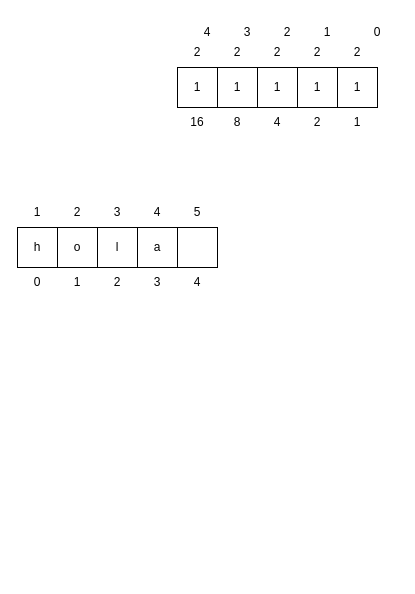
Above: page "Página-1" (1 of 2) of clase2/explicaciondrawio.drawio in richardsnake/python_datascience (draw.io), before the change. Source tidied: cells renumbered, new cells numbered last; positions are measured from the earlier drawing's top-left corner, leaving out a move shared by most shapes. Both pictures are drawn from the tidied source at 100%, with x=0, y=0 at pixel (17, 17).
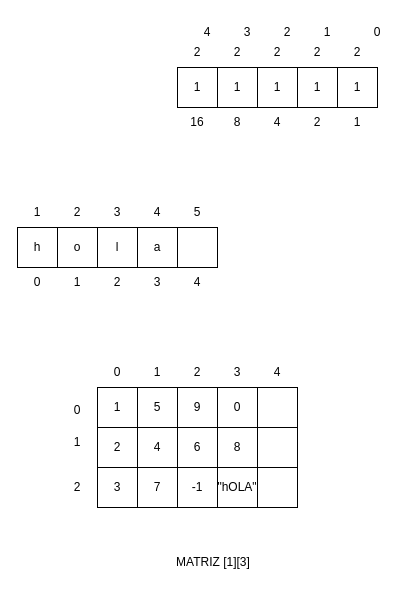
The same diagram, later.

Diff of the diagram source:
```diff
@@
+    <mxCell id="37" value="&amp;nbsp;" style="rounded=0;whiteSpace=wrap;html=1;" parent="1" vertex="1">
+      <mxGeometry x="240" y="370" width="40" height="40" as="geometry" />
+    </mxCell>
+    <mxCell id="38" value="0" style="rounded=0;whiteSpace=wrap;html=1;" parent="1" vertex="1">
+      <mxGeometry x="200" y="370" width="40" height="40" as="geometry" />
+    </mxCell>
+    <mxCell id="39" value="9" style="rounded=0;whiteSpace=wrap;html=1;" parent="1" vertex="1">
+      <mxGeometry x="160" y="370" width="40" height="40" as="geometry" />
+    </mxCell>
+    <mxCell id="40" value="5" style="rounded=0;whiteSpace=wrap;html=1;" parent="1" vertex="1">
+      <mxGeometry x="120" y="370" width="40" height="40" as="geometry" />
+    </mxCell>
+    <mxCell id="41" value="1" style="rounded=0;whiteSpace=wrap;html=1;" parent="1" vertex="1">
+      <mxGeometry x="80" y="370" width="40" height="40" as="geometry" />
+    </mxCell>
+    <mxCell id="42" value="&amp;nbsp;" style="rounded=0;whiteSpace=wrap;html=1;" parent="1" vertex="1">
+      <mxGeometry x="240" y="410" width="40" height="40" as="geometry" />
+    </mxCell>
+    <mxCell id="43" value="8" style="rounded=0;whiteSpace=wrap;html=1;" parent="1" vertex="1">
+      <mxGeometry x="200" y="410" width="40" height="40" as="geometry" />
+    </mxCell>
+    <mxCell id="44" value="6" style="rounded=0;whiteSpace=wrap;html=1;" parent="1" vertex="1">
+      <mxGeometry x="160" y="410" width="40" height="40" as="geometry" />
+    </mxCell>
+    <mxCell id="45" value="4" style="rounded=0;whiteSpace=wrap;html=1;" parent="1" vertex="1">
+      <mxGeometry x="120" y="410" width="40" height="40" as="geometry" />
+    </mxCell>
+    <mxCell id="46" value="2" style="rounded=0;whiteSpace=wrap;html=1;" parent="1" vertex="1">
+      <mxGeometry x="80" y="410" width="40" height="40" as="geometry" />
+    </mxCell>
+    <mxCell id="47" value="&amp;nbsp;" style="rounded=0;whiteSpace=wrap;html=1;" parent="1" vertex="1">
+      <mxGeometry x="240" y="450" width="40" height="40" as="geometry" />
+    </mxCell>
+    <mxCell id="48" value="&quot;hOLA&quot;" style="rounded=0;whiteSpace=wrap;html=1;" parent="1" vertex="1">
+      <mxGeometry x="200" y="450" width="40" height="40" as="geometry" />
+    </mxCell>
+    <mxCell id="49" value="-1" style="rounded=0;whiteSpace=wrap;html=1;" parent="1" vertex="1">
+      <mxGeometry x="160" y="450" width="40" height="40" as="geometry" />
+    </mxCell>
+    <mxCell id="50" value="7" style="rounded=0;whiteSpace=wrap;html=1;" parent="1" vertex="1">
+      <mxGeometry x="120" y="450" width="40" height="40" as="geometry" />
+    </mxCell>
+    <mxCell id="51" value="3" style="rounded=0;whiteSpace=wrap;html=1;" parent="1" vertex="1">
+      <mxGeometry x="80" y="450" width="40" height="40" as="geometry" />
+    </mxCell>
+    <mxCell id="52" value="0" style="text;html=1;strokeColor=none;fillColor=none;align=center;verticalAlign=middle;whiteSpace=wrap;rounded=0;" parent="1" vertex="1">
+      <mxGeometry x="80" y="340" width="40" height="30" as="geometry" />
+    </mxCell>
+    <mxCell id="53" value="1" style="text;html=1;strokeColor=none;fillColor=none;align=center;verticalAlign=middle;whiteSpace=wrap;rounded=0;" parent="1" vertex="1">
+      <mxGeometry x="120" y="340" width="40" height="30" as="geometry" />
+    </mxCell>
+    <mxCell id="54" value="2" style="text;html=1;strokeColor=none;fillColor=none;align=center;verticalAlign=middle;whiteSpace=wrap;rounded=0;" parent="1" vertex="1">
+      <mxGeometry x="160" y="340" width="40" height="30" as="geometry" />
+    </mxCell>
+    <mxCell id="55" value="3" style="text;html=1;strokeColor=none;fillColor=none;align=center;verticalAlign=middle;whiteSpace=wrap;rounded=0;" parent="1" vertex="1">
+      <mxGeometry x="200" y="340" width="40" height="30" as="geometry" />
+    </mxCell>
+    <mxCell id="56" value="4" style="text;html=1;strokeColor=none;fillColor=none;align=center;verticalAlign=middle;whiteSpace=wrap;rounded=0;" parent="1" vertex="1">
+      <mxGeometry x="240" y="340" width="40" height="30" as="geometry" />
+    </mxCell>
+    <mxCell id="57" value="0" style="text;html=1;strokeColor=none;fillColor=none;align=center;verticalAlign=middle;whiteSpace=wrap;rounded=0;" parent="1" vertex="1">
+      <mxGeometry x="40" y="375" width="40" height="35" as="geometry" />
+    </mxCell>
+    <mxCell id="58" value="1" style="text;html=1;strokeColor=none;fillColor=none;align=center;verticalAlign=middle;whiteSpace=wrap;rounded=0;" parent="1" vertex="1">
+      <mxGeometry x="40" y="410" width="40" height="30" as="geometry" />
+    </mxCell>
+    <mxCell id="59" value="2" style="text;html=1;strokeColor=none;fillColor=none;align=center;verticalAlign=middle;whiteSpace=wrap;rounded=0;" parent="1" vertex="1">
+      <mxGeometry x="40" y="455" width="40" height="30" as="geometry" />
+    </mxCell>
+    <mxCell id="60" value="MATRIZ [1][3]" style="text;html=1;strokeColor=none;fillColor=none;align=center;verticalAlign=middle;whiteSpace=wrap;rounded=0;" parent="1" vertex="1">
+      <mxGeometry x="121" y="530" width="150" height="30" as="geometry" />
+    </mxCell>
```
